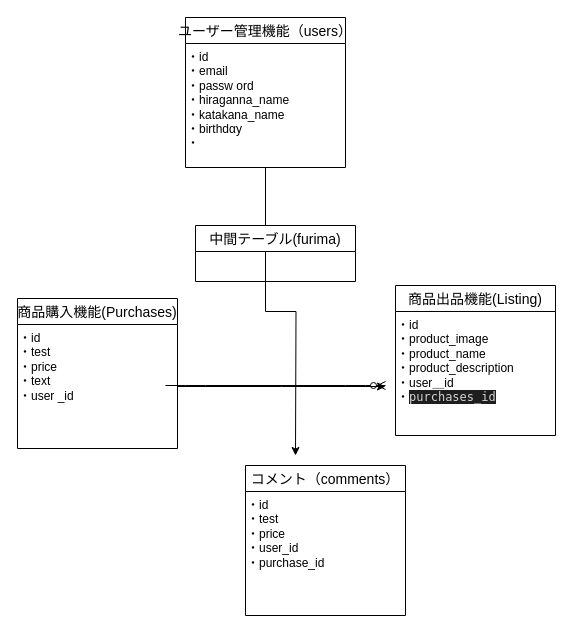
abiraunken/furima-36134 keeps this draw.io diagram as test.dio. Above is the earlier version. Source tidied: cells renumbered, new cells numbered last; positions are measured from the earlier drawing's top-left corner, leaving out a move shared by most shapes. Both pictures are drawn from the tidied source at 100%, with x=0, y=0 at pixel (17, 17).
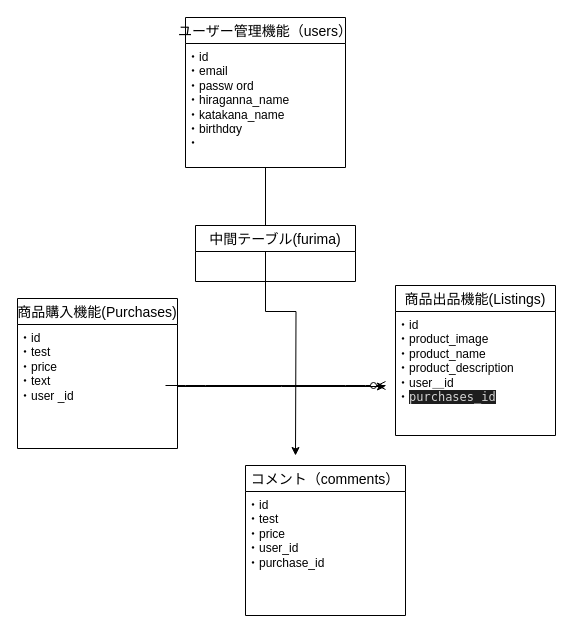
The same page after the edit.

Commit message (it also covers changes not shown here):
修正しました

What changed in the source:
```diff
@@
 <mxGraphModel>
   <root>
     <mxCell id="0" />
     <mxCell id="1" parent="0" />
     <mxCell id="2" value="商品購入機能(Purchases)" style="swimlane;fontStyle=0;horizontal=1;startSize=26;align=center;fontSize=14;" parent="1" vertex="1">
       <mxGeometry y="281" width="160" height="150" as="geometry" />
     </mxCell>
     <mxCell id="3" value="・id&lt;br&gt;・test&lt;br&gt;・price&lt;br&gt;・text&lt;br&gt;・user _id&lt;br&gt;" style="text;whiteSpace=wrap;html=1;" parent="2" vertex="1">
       <mxGeometry y="26" width="160" height="124" as="geometry" />
     </mxCell>
     <mxCell id="4" value="ユーザー管理機能（users）" style="swimlane;fontStyle=0;horizontal=1;startSize=26;align=center;fontSize=14;" parent="1" vertex="1">
       <mxGeometry x="168" width="160" height="150" as="geometry" />
     </mxCell>
     <mxCell id="5" value="・id&lt;br&gt;・email&lt;br&gt;・passw ord&lt;br&gt;・hiraganna_name&lt;br&gt;・katakana_name&lt;br&gt;・birthdαy&lt;br&gt;・" style="text;whiteSpace=wrap;html=1;" parent="4" vertex="1">
       <mxGeometry y="26" width="160" height="124" as="geometry" />
     </mxCell>
     <mxCell id="6" value="コメント（comments）" style="swimlane;fontStyle=0;horizontal=1;startSize=26;align=center;fontSize=14;" parent="1" vertex="1">
       <mxGeometry x="228" y="448" width="160" height="150" as="geometry" />
     </mxCell>
     <mxCell id="7" value="・id&lt;br&gt;・test&lt;br&gt;・price&lt;br&gt;・user_id&lt;br&gt;・purchase_id" style="text;whiteSpace=wrap;html=1;" parent="6" vertex="1">
       <mxGeometry y="26" width="160" height="124" as="geometry" />
     </mxCell>
-    <mxCell id="8" value="商品出品機能(Listing)" style="swimlane;fontStyle=0;horizontal=1;startSize=26;align=center;fontSize=14;" parent="1" vertex="1">
+    <mxCell id="8" value="商品出品機能(Listings)" style="swimlane;fontStyle=0;horizontal=1;startSize=26;align=center;fontSize=14;" parent="1" vertex="1">
       <mxGeometry x="378" y="268" width="160" height="150" as="geometry" />
     </mxCell>
     <mxCell id="9" style="edgeStyle=entityRelationEdgeStyle;fontSize=12;html=1;endArrow=ERzeroToMany;endFill=1;" parent="1" edge="1">
       <mxGeometry relative="1" as="geometry">
         <mxPoint x="148" y="368" as="sourcePoint" />
         <mxPoint x="368" y="368" as="targetPoint" />
       </mxGeometry>
     </mxCell>
     <mxCell id="10" style="edgeStyle=orthogonalEdgeStyle;rounded=0;jettySize=auto;html=1;exitX=0.5;exitY=1;exitDx=0;exitDy=0;" parent="1" edge="1" source="5">
       <mxGeometry relative="1" as="geometry">
         <mxPoint x="278" y="438" as="targetPoint" />
       </mxGeometry>
     </mxCell>
     <mxCell id="11" style="edgeStyle=orthogonalEdgeStyle;rounded=0;jettySize=auto;html=1;" parent="1" edge="1" source="3">
       <mxGeometry relative="1" as="geometry">
         <mxPoint x="368" y="369" as="targetPoint" />
       </mxGeometry>
     </mxCell>
     <mxCell id="12" value="・id&lt;br&gt;・product_image&lt;br&gt;・product_name&lt;br&gt;・product_description&lt;br&gt;・user＿id&lt;br&gt;・&lt;span style=&quot;background-color: rgb(30 , 30 , 30) ; color: rgb(212 , 212 , 212) ; font-family: &amp;#34;ricty diminished&amp;#34; , &amp;#34;menlo&amp;#34; , &amp;#34;monaco&amp;#34; , &amp;#34;courier new&amp;#34; , monospace&quot;&gt;purchases_id&lt;/span&gt;" style="text;whiteSpace=wrap;html=1;" parent="1" vertex="1">
       <mxGeometry x="378" y="294" width="160" height="124" as="geometry" />
     </mxCell>
     <mxCell id="13" value="&#10;中間テーブル(furima)&#10;" style="swimlane;fontStyle=0;horizontal=1;startSize=26;align=center;fontSize=14;" parent="1" vertex="1">
       <mxGeometry x="178" y="208" width="160" height="56" as="geometry" />
     </mxCell>
     <mxCell id="14" value="&lt;br&gt;&lt;br&gt;" style="text;html=1;align=center;verticalAlign=middle;strokeColor=none;" parent="13" vertex="1">
       <mxGeometry y="26" width="160" height="30" as="geometry" />
     </mxCell>
     <mxCell id="15" value="&lt;br&gt;" style="text;html=1;align=center;verticalAlign=middle;strokeColor=none;" parent="1" vertex="1">
       <mxGeometry x="188" y="248" width="20" height="20" as="geometry" />
     </mxCell>
   </root>
 </mxGraphModel>
```
